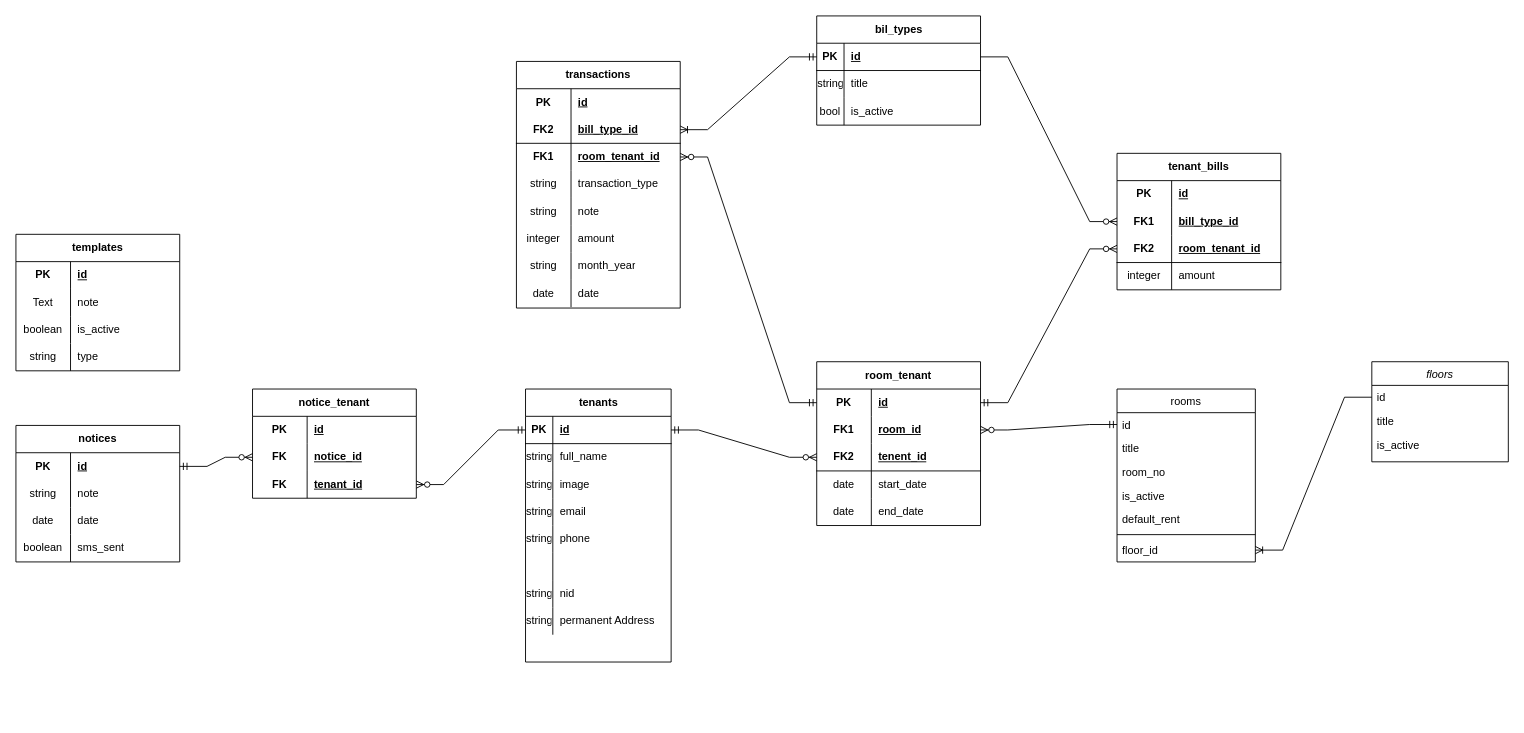
grim-firefly/storage keeps this draw.io diagram as Untitled Diagram.drawio. Above is the earlier version. Source tidied: cells renumbered, new cells numbered last; positions are measured from the earlier drawing's top-left corner, leaving out a move shared by most shapes. Both pictures are drawn from the tidied source at 91%, with x=0, y=0 at pixel (15, 15).
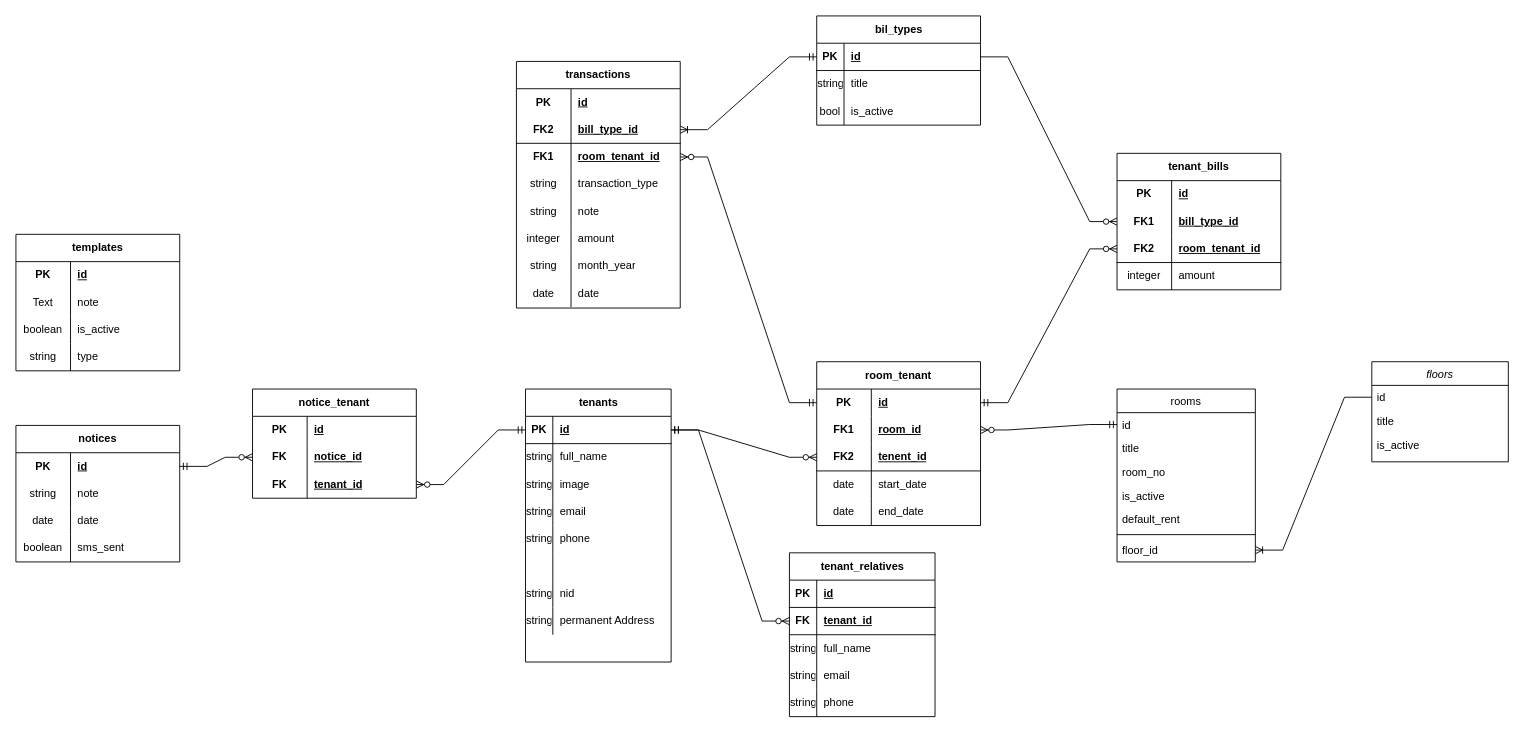
Above is the later version.

Commit message:
Added Tenant Relatives

Unchanged cells that the change refers to:
```xml
<mxCell id="26" style="shape=tableRow;horizontal=0;startSize=0;swimlaneHead=0;swimlaneBody=0;fillColor=none;points=[[0,0.5],[1,0.5]];portConstraint=eastwest;top=0;left=0;right=0;bottom=1;" parent="25" vertex="1">
  <mxGeometry y="30" width="160" height="30" as="geometry" />
</mxCell>
```

What changed in the source:
```diff
@@
+    <mxCell id="148" value="tenant_relatives" style="shape=table;startSize=30;childLayout=tableLayout;rowLines=0;fontStyle=1;align=center;html=1;" parent="1" vertex="1">
+      <mxGeometry x="850" y="590" width="160" height="180" as="geometry" />
+    </mxCell>
+    <mxCell id="149" style="shape=tableRow;horizontal=0;startSize=0;swimlaneHead=0;swimlaneBody=0;fillColor=none;top=0;left=0;right=0;bottom=1;" parent="148" vertex="1">
+      <mxGeometry y="30" width="160" height="30" as="geometry" />
+    </mxCell>
+    <mxCell id="150" value="PK" style="shape=partialRectangle;fillColor=none;top=0;left=0;bottom=0;right=0;fontStyle=1;overflow=hidden;whiteSpace=wrap;html=1;" parent="149" vertex="1">
+      <mxGeometry width="30" height="30" as="geometry" />
+    </mxCell>
+    <mxCell id="151" value="id" style="shape=partialRectangle;fillColor=none;top=0;left=0;bottom=0;right=0;align=left;spacingLeft=6;fontStyle=5;overflow=hidden;whiteSpace=wrap;html=1;" parent="149" vertex="1">
+      <mxGeometry x="30" width="130" height="30" as="geometry" />
+    </mxCell>
+    <mxCell id="152" style="shape=tableRow;horizontal=0;startSize=0;swimlaneHead=0;swimlaneBody=0;fillColor=none;points=[[0,0.5],[1,0.5]];portConstraint=eastwest;top=0;left=0;right=0;bottom=1;" parent="148" vertex="1">
+      <mxGeometry y="60" width="160" height="30" as="geometry" />
+    </mxCell>
+    <mxCell id="153" value="FK" style="shape=partialRectangle;fillColor=none;top=0;left=0;bottom=0;right=0;fontStyle=1;overflow=hidden;whiteSpace=wrap;html=1;" parent="152" vertex="1">
+      <mxGeometry width="30" height="30" as="geometry" />
+    </mxCell>
+    <mxCell id="154" value="tenant_id" style="shape=partialRectangle;fillColor=none;top=0;left=0;bottom=0;right=0;align=left;spacingLeft=6;fontStyle=5;overflow=hidden;whiteSpace=wrap;html=1;" parent="152" vertex="1">
+      <mxGeometry x="30" width="130" height="30" as="geometry" />
+    </mxCell>
+    <mxCell id="155" style="shape=tableRow;horizontal=0;startSize=0;swimlaneHead=0;swimlaneBody=0;fillColor=none;top=0;left=0;right=0;bottom=0;" parent="148" vertex="1">
+      <mxGeometry y="90" width="160" height="30" as="geometry" />
+    </mxCell>
+    <mxCell id="156" value="string" style="shape=partialRectangle;fillColor=none;top=0;left=0;bottom=0;right=0;overflow=hidden;whiteSpace=wrap;html=1;" parent="155" vertex="1">
+      <mxGeometry width="30" height="30" as="geometry" />
+    </mxCell>
+    <mxCell id="157" value="full_name" style="shape=partialRectangle;fillColor=none;top=0;left=0;bottom=0;right=0;align=left;spacingLeft=6;overflow=hidden;whiteSpace=wrap;html=1;" parent="155" vertex="1">
+      <mxGeometry x="30" width="130" height="30" as="geometry" />
+    </mxCell>
+    <mxCell id="158" style="shape=tableRow;horizontal=0;startSize=0;swimlaneHead=0;swimlaneBody=0;fillColor=none;top=0;left=0;right=0;bottom=0;" parent="148" vertex="1">
+      <mxGeometry y="120" width="160" height="30" as="geometry" />
+    </mxCell>
+    <mxCell id="159" value="string" style="shape=partialRectangle;fillColor=none;top=0;left=0;bottom=0;right=0;overflow=hidden;whiteSpace=wrap;html=1;" parent="158" vertex="1">
+      <mxGeometry width="30" height="30" as="geometry" />
+    </mxCell>
+    <mxCell id="160" value="email" style="shape=partialRectangle;fillColor=none;top=0;left=0;bottom=0;right=0;align=left;spacingLeft=6;overflow=hidden;whiteSpace=wrap;html=1;" parent="158" vertex="1">
+      <mxGeometry x="30" width="130" height="30" as="geometry" />
+    </mxCell>
+    <mxCell id="161" style="shape=tableRow;horizontal=0;startSize=0;swimlaneHead=0;swimlaneBody=0;fillColor=none;top=0;left=0;right=0;bottom=0;" parent="148" vertex="1">
+      <mxGeometry y="150" width="160" height="30" as="geometry" />
+    </mxCell>
+    <mxCell id="162" value="string" style="shape=partialRectangle;fillColor=none;top=0;left=0;bottom=0;right=0;overflow=hidden;whiteSpace=wrap;html=1;" parent="161" vertex="1">
+      <mxGeometry width="30" height="30" as="geometry" />
+    </mxCell>
+    <mxCell id="163" value="phone" style="shape=partialRectangle;fillColor=none;top=0;left=0;bottom=0;right=0;align=left;spacingLeft=6;overflow=hidden;whiteSpace=wrap;html=1;" parent="161" vertex="1">
+      <mxGeometry x="30" width="130" height="30" as="geometry" />
+    </mxCell>
+    <mxCell id="164" style="edgeStyle=entityRelationEdgeStyle;fontSize=12;html=1;endArrow=ERzeroToMany;startArrow=ERmandOne;rounded=0;" parent="1" edge="1" source="26" target="152">
+      <mxGeometry relative="1" as="geometry" />
+    </mxCell>
```
